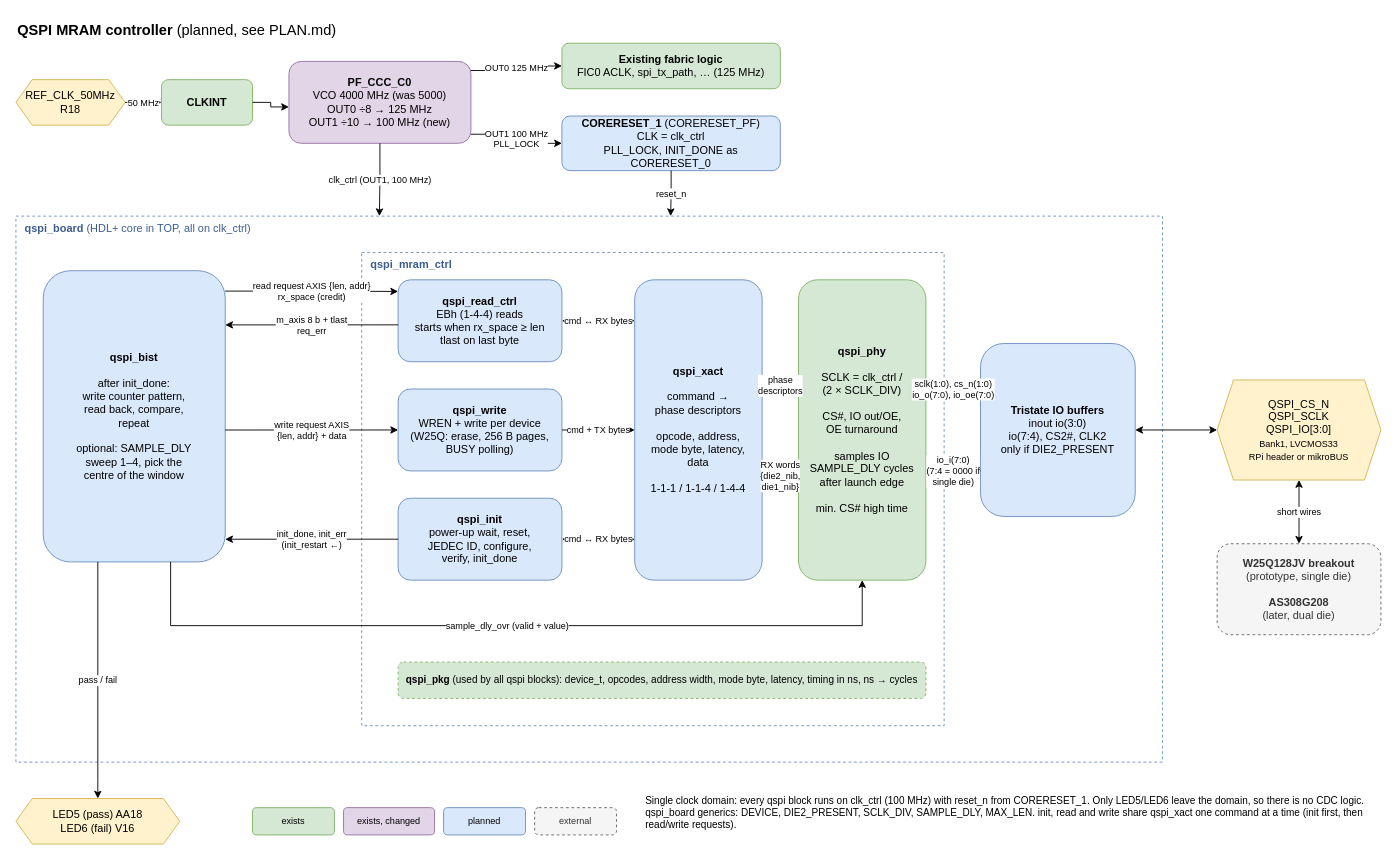
Before: documentation/qspi_controller.drawio in jenswilly/polarfire_simple, a draw.io diagram. Source tidied: cells renumbered, new cells numbered last; positions are measured from the earlier drawing's top-left corner, leaving out a move shared by most shapes. Both pictures are drawn from the tidied source at 91%, with x=0, y=0 at pixel (15, 15).
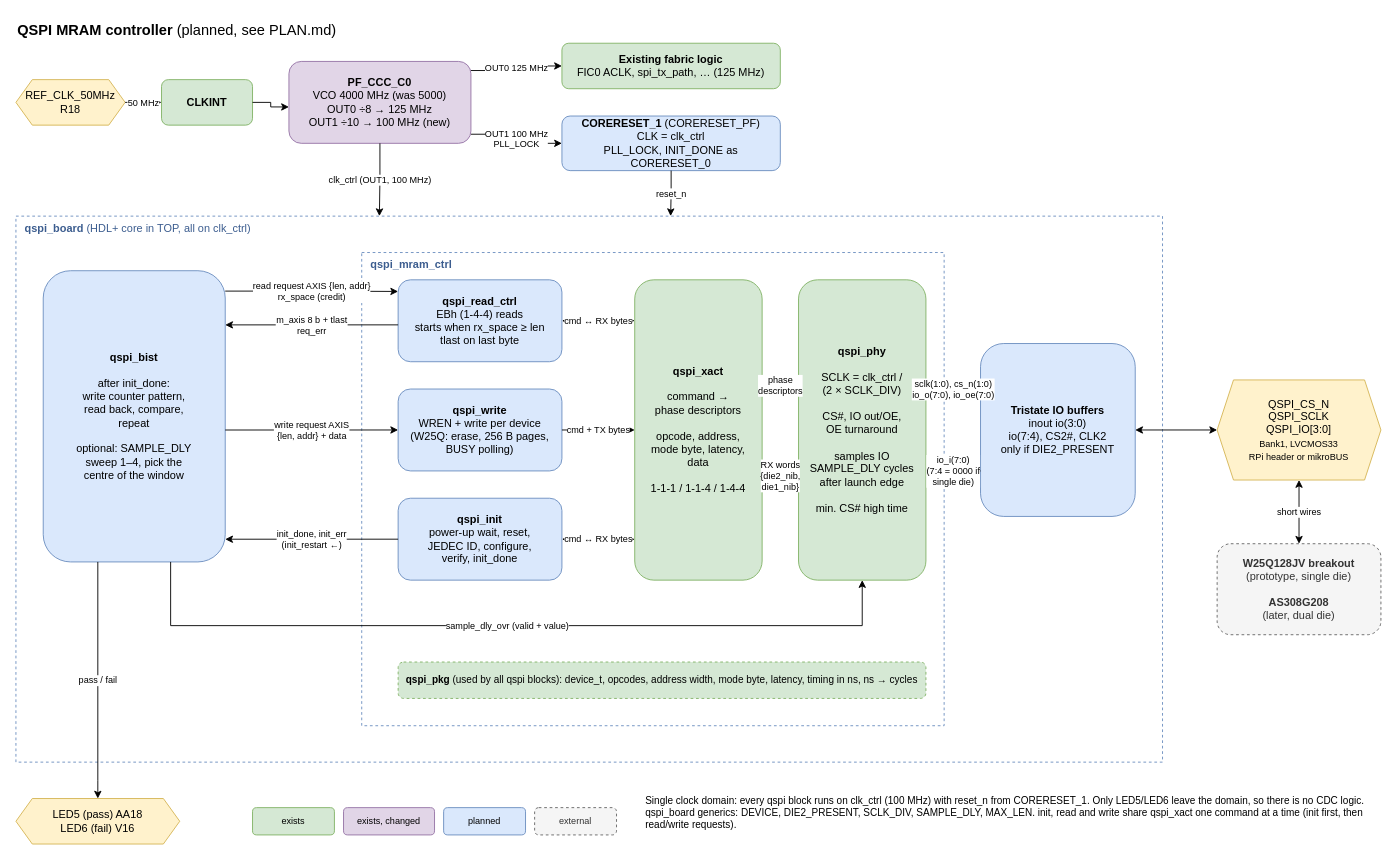
The same diagram, later.

Diff of the diagram source:
```diff
@@
-    <mxCell id="20" value="&lt;b&gt;qspi_xact&lt;/b&gt;&lt;br&gt;&lt;br&gt;command →&lt;br&gt;phase descriptors&lt;br&gt;&lt;br&gt;opcode, address,&lt;br&gt;mode byte, latency,&lt;br&gt;data&lt;br&gt;&lt;br&gt;1-1-1 / 1-1-4 / 1-4-4" style="rounded=1;whiteSpace=wrap;html=1;fillColor=#dae8fc;strokeColor=#6c8ebf;" parent="1" vertex="1">
+    <mxCell id="20" value="&lt;b&gt;qspi_xact&lt;/b&gt;&lt;br&gt;&lt;br&gt;command →&lt;br&gt;phase descriptors&lt;br&gt;&lt;br&gt;opcode, address,&lt;br&gt;mode byte, latency,&lt;br&gt;data&lt;br&gt;&lt;br&gt;1-1-1 / 1-1-4 / 1-4-4" style="rounded=1;whiteSpace=wrap;html=1;fillColor=#d5e8d4;strokeColor=#82b366;" parent="1" vertex="1">
       <mxGeometry x="680" y="290" width="140" height="330" as="geometry" />
     </mxCell>
```
